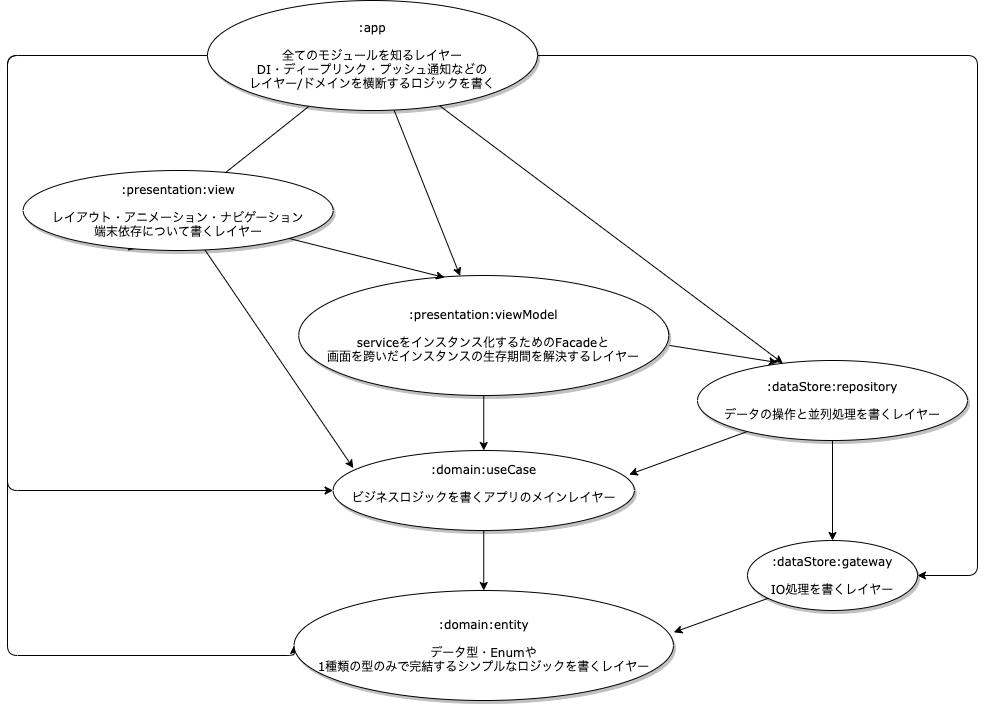
Above: document/ArchitectureDiagram.png in narumichi0710/AndroidArchitectureTemplate (draw.io), before the change. Source tidied: cells renumbered, new cells last; positions are measured from the earlier drawing's top-left corner, leaving out a move shared by most shapes.
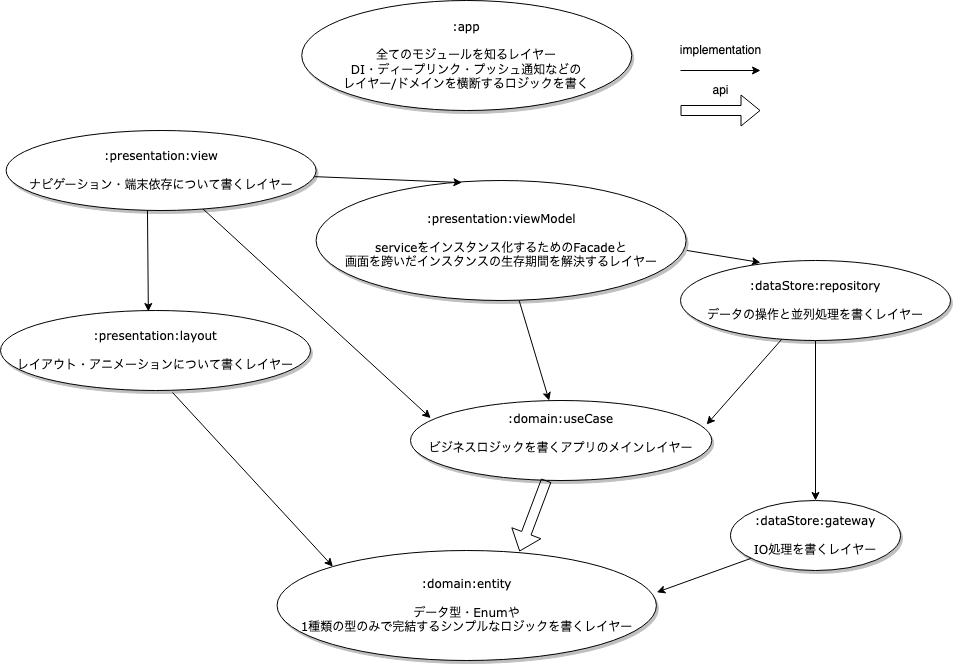
After the commit.

Commit message:
アーキテクチャ図を更新

The edit, as a diff of the source:
```diff
@@ -2,41 +2,8 @@
   <root>
     <mxCell id="0" />
     <mxCell id="1" parent="0" />
-    <mxCell id="2" style="edgeStyle=none;rounded=1;jettySize=auto;html=1;entryX=0.337;entryY=1;entryDx=0;entryDy=0;entryPerimeter=0;" parent="1" edge="1" source="8" target="22">
-      <mxGeometry relative="1" as="geometry" />
-    </mxCell>
-    <mxCell id="3" style="edgeStyle=none;rounded=1;jettySize=auto;html=1;" parent="1" edge="1" source="8" target="11">
-      <mxGeometry relative="1" as="geometry" />
-    </mxCell>
-    <mxCell id="4" style="edgeStyle=none;rounded=1;jettySize=auto;html=1;" parent="1" edge="1" source="8" target="14">
-      <mxGeometry relative="1" as="geometry" />
-    </mxCell>
-    <mxCell id="5" style="edgeStyle=orthogonalEdgeStyle;rounded=1;jettySize=auto;html=1;entryX=0;entryY=0.5;entryDx=0;entryDy=0;" parent="1" edge="1" source="8" target="19">
-      <mxGeometry relative="1" as="geometry">
-        <Array as="points">
-          <mxPoint y="55" />
-          <mxPoint y="655" />
-        </Array>
-      </mxGeometry>
-    </mxCell>
-    <mxCell id="6" style="edgeStyle=orthogonalEdgeStyle;rounded=1;jettySize=auto;html=1;entryX=0;entryY=0.5;entryDx=0;entryDy=0;" parent="1" edge="1" source="8" target="18">
-      <mxGeometry relative="1" as="geometry">
-        <Array as="points">
-          <mxPoint y="55" />
-          <mxPoint y="490" />
-        </Array>
-      </mxGeometry>
-    </mxCell>
-    <mxCell id="7" style="edgeStyle=orthogonalEdgeStyle;rounded=1;jettySize=auto;html=1;entryX=1;entryY=0.5;entryDx=0;entryDy=0;" parent="1" edge="1" source="8" target="16">
-      <mxGeometry relative="1" as="geometry">
-        <Array as="points">
-          <mxPoint x="970" y="55" />
-          <mxPoint x="970" y="575" />
-        </Array>
-      </mxGeometry>
-    </mxCell>
     <mxCell id="8" value=":app&lt;br&gt;&lt;br&gt;全てのモジュールを知るレイヤー&lt;br&gt;DI・ディープリンク・プッシュ通知などの&lt;br&gt;レイヤー/ドメインを横断するロジックを書く" style="ellipse;whiteSpace=wrap;html=1;rounded=0;shadow=1;comic=0;labelBackgroundColor=none;strokeWidth=1;fontFamily=Verdana;fontSize=12;align=center;" parent="1" vertex="1">
-      <mxGeometry x="200" width="330" height="110" as="geometry" />
+      <mxGeometry x="311.2" y="40" width="330" height="110" as="geometry" />
     </mxCell>
     <mxCell id="9" style="edgeStyle=none;rounded=1;jettySize=auto;html=1;" parent="1" edge="1" source="11" target="18">
       <mxGeometry relative="1" as="geometry" />
@@ -45,7 +12,7 @@
       <mxGeometry relative="1" as="geometry" />
     </mxCell>
     <mxCell id="11" value=":presentation:viewModel&lt;br&gt;&lt;br&gt;serviceをインスタンス化するためのFacadeと&lt;br&gt;画面を跨いだインスタンスの生存期間を解決するレイヤー" style="ellipse;whiteSpace=wrap;html=1;rounded=0;shadow=1;comic=0;labelBackgroundColor=none;strokeWidth=1;fontFamily=Verdana;fontSize=12;align=center;" parent="1" vertex="1">
-      <mxGeometry x="291.2" y="275" width="370" height="120" as="geometry" />
+      <mxGeometry x="325.6" y="220" width="370" height="120" as="geometry" />
     </mxCell>
     <mxCell id="12" style="edgeStyle=none;rounded=1;jettySize=auto;html=1;entryX=0.983;entryY=0.3;entryDx=0;entryDy=0;entryPerimeter=0;" parent="1" edge="1" source="14" target="18">
       <mxGeometry relative="1" as="geometry" />
@@ -54,7 +21,7 @@
       <mxGeometry relative="1" as="geometry" />
     </mxCell>
     <mxCell id="14" value=":dataStore:repository&lt;br&gt;&lt;br&gt;データの操作と並列処理を書くレイヤー" style="ellipse;whiteSpace=wrap;html=1;rounded=0;shadow=1;comic=0;labelBackgroundColor=none;strokeWidth=1;fontFamily=Verdana;fontSize=12;align=center;" parent="1" vertex="1">
-      <mxGeometry x="690" y="360" width="270" height="80" as="geometry" />
+      <mxGeometry x="690" y="300" width="270" height="80" as="geometry" />
     </mxCell>
     <mxCell id="15" style="edgeStyle=none;rounded=1;jettySize=auto;html=1;entryX=1.001;entryY=0.38;entryDx=0;entryDy=0;entryPerimeter=0;" parent="1" edge="1" source="16" target="19">
       <mxGeometry relative="1" as="geometry" />
@@ -62,11 +29,8 @@
     <mxCell id="16" value=":dataStore:gateway&lt;br&gt;&lt;br&gt;IO処理を書くレイヤー" style="ellipse;whiteSpace=wrap;html=1;rounded=0;shadow=1;comic=0;labelBackgroundColor=none;strokeWidth=1;fontFamily=Verdana;fontSize=12;align=center;" parent="1" vertex="1">
       <mxGeometry x="740" y="540" width="170" height="70" as="geometry" />
     </mxCell>
-    <mxCell id="17" style="edgeStyle=none;rounded=1;jettySize=auto;html=1;entryX=0.5;entryY=0;entryDx=0;entryDy=0;" parent="1" edge="1" source="18" target="19">
-      <mxGeometry relative="1" as="geometry" />
-    </mxCell>
     <mxCell id="18" value="&lt;span&gt;:domain:useCase&lt;br&gt;&lt;br&gt;ビジネスロジックを書くアプリのメインレイヤー&lt;br&gt;&lt;br&gt;&lt;/span&gt;" style="ellipse;whiteSpace=wrap;html=1;rounded=0;shadow=1;comic=0;labelBackgroundColor=none;strokeWidth=1;fontFamily=Verdana;fontSize=12;align=center;" parent="1" vertex="1">
-      <mxGeometry x="325.6" y="450" width="301.3" height="80" as="geometry" />
+      <mxGeometry x="420" y="440" width="301.3" height="80" as="geometry" />
     </mxCell>
     <mxCell id="19" value=":domain:entity&lt;br&gt;&lt;br&gt;データ型・Enumや&lt;br&gt;1種類の型のみで完結するシンプルなロジックを書くレイヤー" style="ellipse;whiteSpace=wrap;html=1;rounded=0;shadow=1;comic=0;labelBackgroundColor=none;strokeWidth=1;fontFamily=Verdana;fontSize=12;align=center;" parent="1" vertex="1">
       <mxGeometry x="286.6" y="590" width="379.4" height="110" as="geometry" />
@@ -77,8 +41,38 @@
     <mxCell id="21" style="edgeStyle=none;rounded=1;jettySize=auto;html=1;entryX=0.394;entryY=0.017;entryDx=0;entryDy=0;entryPerimeter=0;" parent="1" edge="1" source="22" target="11">
       <mxGeometry relative="1" as="geometry" />
     </mxCell>
-    <mxCell id="22" value=":presentation:view&lt;br&gt;&lt;br&gt;レイアウト・アニメーション・ナビゲーション&lt;br&gt;端末依存について書くレイヤー" style="ellipse;whiteSpace=wrap;html=1;rounded=0;shadow=1;comic=0;labelBackgroundColor=none;strokeWidth=1;fontFamily=Verdana;fontSize=12;align=center;" parent="1" vertex="1">
+    <mxCell id="22" value=":presentation:view&lt;br&gt;&lt;br&gt;ナビゲーション・端末依存について書くレイヤー" style="ellipse;whiteSpace=wrap;html=1;rounded=0;shadow=1;comic=0;labelBackgroundColor=none;strokeWidth=1;fontFamily=Verdana;fontSize=12;align=center;" parent="1" vertex="1">
       <mxGeometry x="15.6" y="170" width="310" height="80" as="geometry" />
     </mxCell>
+    <mxCell id="23" value=":presentation:layout&lt;br&gt;&lt;br&gt;レイアウト・アニメーションについて書くレイヤー" style="ellipse;whiteSpace=wrap;html=1;rounded=0;shadow=1;comic=0;labelBackgroundColor=none;strokeWidth=1;fontFamily=Verdana;fontSize=12;align=center;" parent="1" vertex="1">
+      <mxGeometry x="10" y="350" width="310" height="80" as="geometry" />
+    </mxCell>
+    <mxCell id="24" style="endArrow=classic;html=1;exitX=0.456;exitY=1;exitDx=0;exitDy=0;entryX=0.477;entryY=0.013;entryDx=0;entryDy=0;entryPerimeter=0;exitPerimeter=0;" parent="1" edge="1" source="22" target="23">
+      <mxGeometry relative="1" as="geometry" />
+    </mxCell>
+    <mxCell id="25" style="endArrow=classic;html=1;entryX=0;entryY=0;entryDx=0;entryDy=0;exitX=0.555;exitY=1.025;exitDx=0;exitDy=0;exitPerimeter=0;" parent="1" edge="1" source="23" target="19">
+      <mxGeometry relative="1" as="geometry" />
+    </mxCell>
+    <mxCell id="26" style="endArrow=classic;html=1;" parent="1" edge="1">
+      <mxGeometry relative="1" as="geometry">
+        <mxPoint x="690" y="110" as="sourcePoint" />
+        <mxPoint x="770" y="110" as="targetPoint" />
+      </mxGeometry>
+    </mxCell>
+    <mxCell id="27" style="shape=flexArrow;endArrow=classic;html=1;" parent="1" edge="1">
+      <mxGeometry relative="1" as="geometry">
+        <mxPoint x="690" y="150" as="sourcePoint" />
+        <mxPoint x="770" y="150" as="targetPoint" />
+      </mxGeometry>
+    </mxCell>
+    <mxCell id="28" value="implementation" style="text;html=1;align=center;verticalAlign=middle;strokeColor=none;" parent="1" vertex="1">
+      <mxGeometry x="680" y="80" width="100" height="20" as="geometry" />
+    </mxCell>
+    <mxCell id="29" value="api&lt;br&gt;" style="text;html=1;align=center;verticalAlign=middle;strokeColor=none;" parent="1" vertex="1">
+      <mxGeometry x="715" y="120" width="30" height="20" as="geometry" />
+    </mxCell>
+    <mxCell id="17" style="shape=flexArrow;endArrow=classic;html=1;entryX=0.639;entryY=0.009;entryDx=0;entryDy=0;entryPerimeter=0;" parent="1" edge="1" source="18" target="19">
+      <mxGeometry relative="1" as="geometry" />
+    </mxCell>
   </root>
 </mxGraphModel>
```
